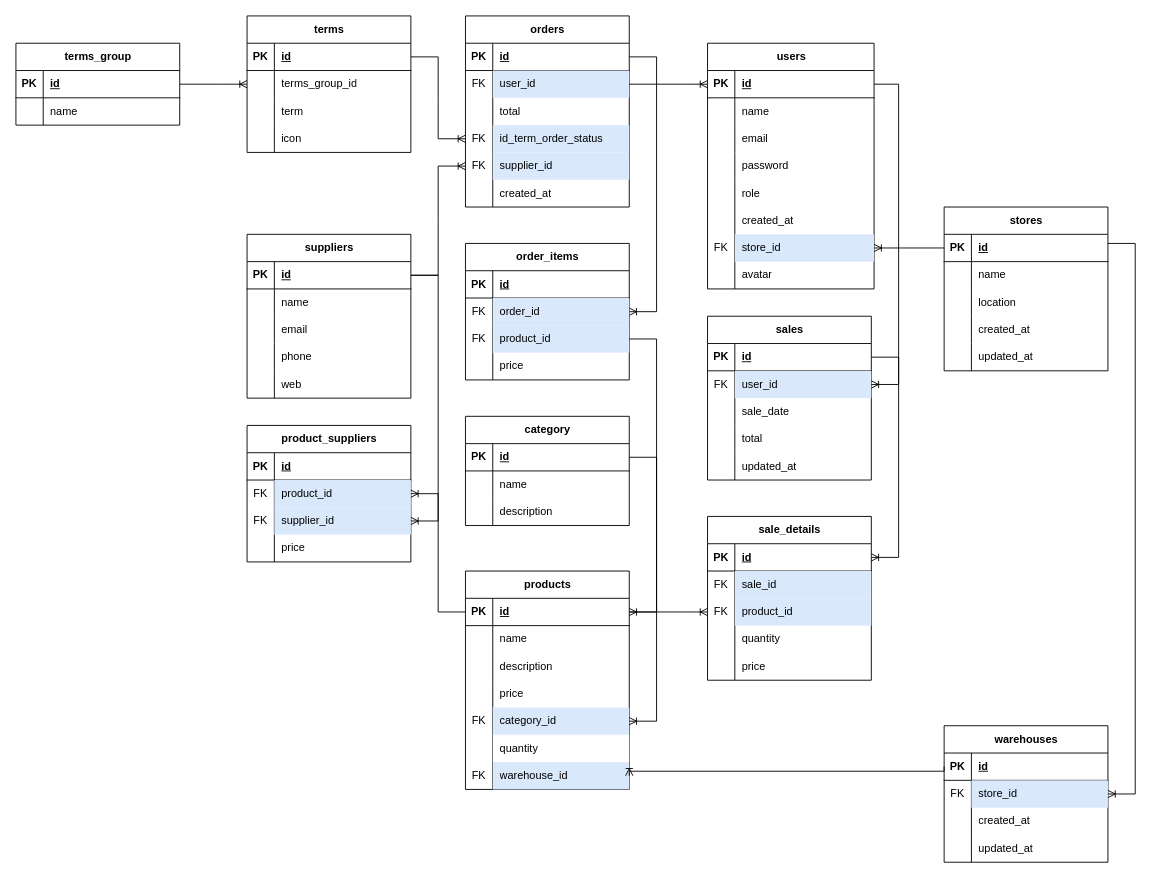
Above: Diagrama sin título.drawio in FReyesft/FTSHOP_DB (draw.io), before the change. Source tidied: cells renumbered, new cells numbered last; positions are measured from the earlier drawing's top-left corner, leaving out a move shared by most shapes. Both pictures are drawn from the tidied source at 91%, with x=0, y=0 at pixel (15, 15).
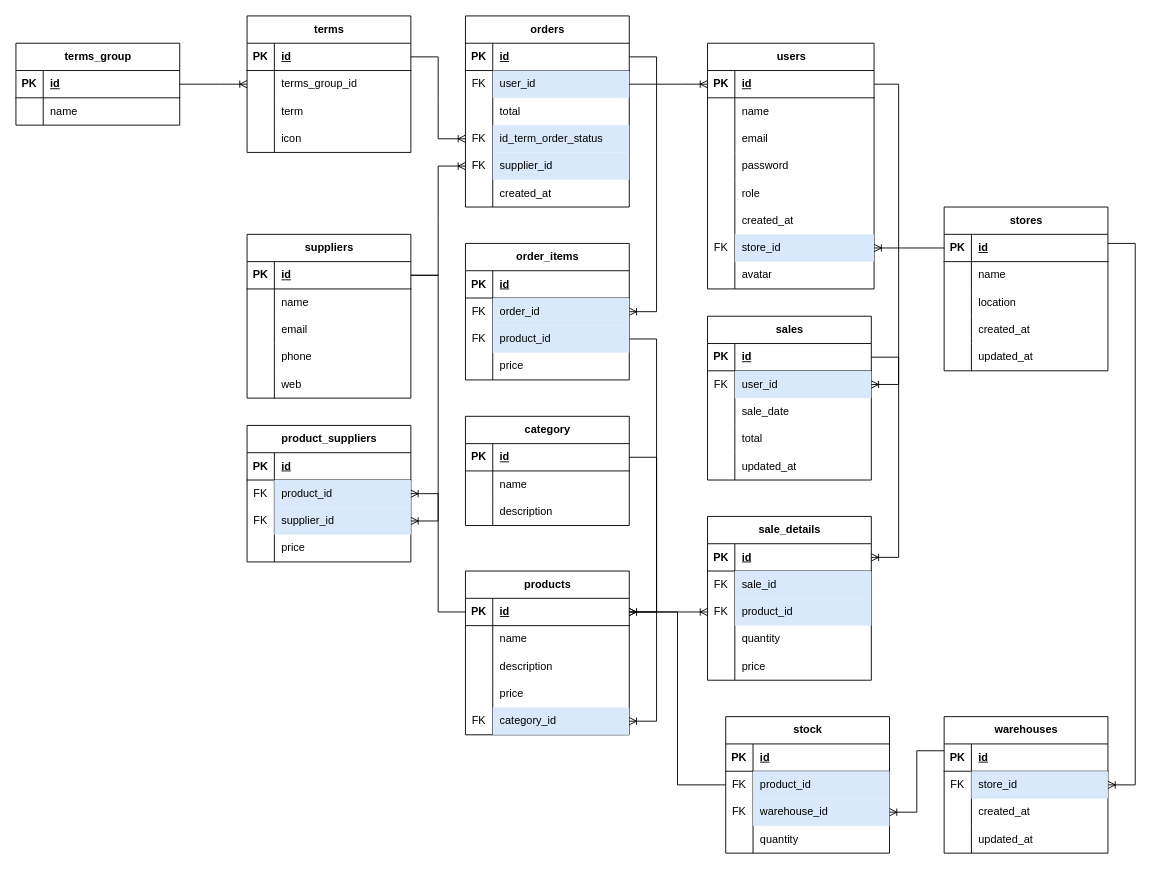
Above is the later version.

Unchanged cells that the change refers to:
```xml
<mxCell id="105" style="shape=tableRow;horizontal=0;startSize=0;swimlaneHead=0;swimlaneBody=0;fillColor=none;points=[[0,0.5],[1,0.5]];portConstraint=eastwest;top=0;left=0;right=0;bottom=1;" parent="104" vertex="1">
  <mxGeometry y="30" width="180" height="30" as="geometry" />
</mxCell>
<mxCell id="202" style="shape=tableRow;horizontal=0;startSize=0;swimlaneHead=0;swimlaneBody=0;fillColor=none;points=[[0,0.5],[1,0.5]];portConstraint=eastwest;top=0;left=0;right=0;bottom=1;" parent="201" vertex="1">
  <mxGeometry y="30" width="180" height="30" as="geometry" />
</mxCell>
```

Change to the diagram source:
```diff
@@
     <mxCell id="104" value="products" style="shape=table;startSize=30;childLayout=tableLayout;rowLines=0;fontStyle=1;align=center;html=1;" parent="1" vertex="1">
-      <mxGeometry x="494" y="610" width="180" height="240" as="geometry" />
+      <mxGeometry x="494" y="610" width="180" height="180" as="geometry" />
     </mxCell>
@@
-    <mxCell id="120" style="shape=tableRow;horizontal=0;startSize=0;swimlaneHead=0;swimlaneBody=0;fillColor=none;top=0;left=0;right=0;bottom=0;" parent="104" vertex="1">
-      <mxGeometry y="180" width="180" height="30" as="geometry" />
-    </mxCell>
-    <mxCell id="121" style="shape=partialRectangle;fillColor=none;top=0;left=0;bottom=0;right=0;overflow=hidden;whiteSpace=wrap;html=1;" parent="120" vertex="1">
-      <mxGeometry width="30" height="30" as="geometry" />
-    </mxCell>
-    <mxCell id="122" value="quantity" style="shape=partialRectangle;top=0;left=0;bottom=0;right=0;align=left;spacingLeft=6;overflow=hidden;whiteSpace=wrap;html=1;" parent="120" vertex="1">
-      <mxGeometry x="30" width="150" height="30" as="geometry" />
-    </mxCell>
-    <mxCell id="123" style="shape=tableRow;horizontal=0;startSize=0;swimlaneHead=0;swimlaneBody=0;fillColor=none;points=[[0,0.5],[1,0.5]];portConstraint=eastwest;top=0;left=0;right=0;bottom=0;" parent="104" vertex="1">
-      <mxGeometry y="210" width="180" height="30" as="geometry" />
-    </mxCell>
-    <mxCell id="124" value="FK" style="shape=partialRectangle;fillColor=none;top=0;left=0;bottom=0;right=0;overflow=hidden;whiteSpace=wrap;html=1;" parent="123" vertex="1">
-      <mxGeometry width="30" height="30" as="geometry" />
-    </mxCell>
-    <mxCell id="125" value="warehouse_id" style="shape=partialRectangle;top=0;left=0;bottom=0;right=0;align=left;spacingLeft=6;overflow=hidden;whiteSpace=wrap;html=1;fillColor=#dae8fc;strokeColor=#6c8ebf;" parent="123" vertex="1">
-      <mxGeometry x="30" width="150" height="30" as="geometry" />
-    </mxCell>
@@
     <mxCell id="201" value="warehouses" style="shape=table;startSize=30;childLayout=tableLayout;rowLines=0;fontStyle=1;align=center;html=1;" parent="1" vertex="1">
-      <mxGeometry x="1020" y="780" width="180" height="150" as="geometry" />
+      <mxGeometry x="1020" y="770" width="180" height="150" as="geometry" />
     </mxCell>
@@
-    <mxCell id="215" style="edgeStyle=elbowEdgeStyle;fontSize=12;html=1;endArrow=ERoneToMany;rounded=0;exitX=0;exitY=0.5;exitDx=0;exitDy=0;entryX=1;entryY=0.5;entryDx=0;entryDy=0;elbow=vertical;" parent="1" edge="1" source="202" target="123">
-      <mxGeometry relative="1" as="geometry">
-        <Array as="points">
-          <mxPoint x="840" y="830" />
-        </Array>
-      </mxGeometry>
+    <mxCell id="215" style="edgeStyle=elbowEdgeStyle;fontSize=12;html=1;endArrow=ERoneToMany;rounded=0;exitX=0;exitY=0.5;exitDx=0;exitDy=0;entryX=1;entryY=0.5;entryDx=0;entryDy=0;" parent="1" edge="1" source="220" target="105">
+      <mxGeometry relative="1" as="geometry" />
     </mxCell>
+    <mxCell id="216" value="stock" style="shape=table;startSize=30;childLayout=tableLayout;rowLines=0;fontStyle=1;align=center;html=1;" parent="1" vertex="1">
+      <mxGeometry x="780" y="770" width="180" height="150" as="geometry" />
+    </mxCell>
+    <mxCell id="217" style="shape=tableRow;horizontal=0;startSize=0;swimlaneHead=0;swimlaneBody=0;fillColor=none;top=0;left=0;right=0;bottom=1;" parent="216" vertex="1">
+      <mxGeometry y="30" width="180" height="30" as="geometry" />
+    </mxCell>
+    <mxCell id="218" value="PK" style="shape=partialRectangle;fillColor=none;top=0;left=0;bottom=0;right=0;fontStyle=1;overflow=hidden;whiteSpace=wrap;html=1;" parent="217" vertex="1">
+      <mxGeometry width="30" height="30" as="geometry" />
+    </mxCell>
+    <mxCell id="219" value="id" style="shape=partialRectangle;fillColor=none;top=0;left=0;bottom=0;right=0;align=left;spacingLeft=6;fontStyle=5;overflow=hidden;whiteSpace=wrap;html=1;" parent="217" vertex="1">
+      <mxGeometry x="30" width="150" height="30" as="geometry" />
+    </mxCell>
+    <mxCell id="220" style="shape=tableRow;horizontal=0;startSize=0;swimlaneHead=0;swimlaneBody=0;fillColor=none;points=[[0,0.5],[1,0.5]];portConstraint=eastwest;top=0;left=0;right=0;bottom=0;" parent="216" vertex="1">
+      <mxGeometry y="60" width="180" height="30" as="geometry" />
+    </mxCell>
+    <mxCell id="221" value="FK" style="shape=partialRectangle;fillColor=none;top=0;left=0;bottom=0;right=0;overflow=hidden;whiteSpace=wrap;html=1;" parent="220" vertex="1">
+      <mxGeometry width="30" height="30" as="geometry" />
+    </mxCell>
+    <mxCell id="222" value="product_id" style="shape=partialRectangle;fillColor=#dae8fc;top=0;left=0;bottom=0;right=0;align=left;spacingLeft=6;overflow=hidden;whiteSpace=wrap;html=1;strokeColor=#6c8ebf;" parent="220" vertex="1">
+      <mxGeometry x="30" width="150" height="30" as="geometry" />
+    </mxCell>
+    <mxCell id="223" style="shape=tableRow;horizontal=0;startSize=0;swimlaneHead=0;swimlaneBody=0;fillColor=none;points=[[0,0.5],[1,0.5]];portConstraint=eastwest;top=0;left=0;right=0;bottom=0;" parent="216" vertex="1">
+      <mxGeometry y="90" width="180" height="30" as="geometry" />
+    </mxCell>
+    <mxCell id="224" value="FK" style="shape=partialRectangle;fillColor=none;top=0;left=0;bottom=0;right=0;overflow=hidden;whiteSpace=wrap;html=1;" parent="223" vertex="1">
+      <mxGeometry width="30" height="30" as="geometry" />
+    </mxCell>
+    <mxCell id="125" value="warehouse_id" style="shape=partialRectangle;fillColor=#dae8fc;top=0;left=0;bottom=0;right=0;align=left;spacingLeft=6;overflow=hidden;whiteSpace=wrap;html=1;strokeColor=#6c8ebf;" parent="223" vertex="1">
+      <mxGeometry x="30" width="150" height="30" as="geometry" />
+    </mxCell>
+    <mxCell id="225" style="shape=tableRow;horizontal=0;startSize=0;swimlaneHead=0;swimlaneBody=0;fillColor=none;top=0;left=0;right=0;bottom=0;" parent="216" vertex="1">
+      <mxGeometry y="120" width="180" height="30" as="geometry" />
+    </mxCell>
+    <mxCell id="121" style="shape=partialRectangle;fillColor=none;top=0;left=0;bottom=0;right=0;overflow=hidden;whiteSpace=wrap;html=1;" parent="225" vertex="1">
+      <mxGeometry width="30" height="30" as="geometry" />
+    </mxCell>
+    <mxCell id="122" value="quantity" style="shape=partialRectangle;fillColor=none;top=0;left=0;bottom=0;right=0;align=left;spacingLeft=6;overflow=hidden;whiteSpace=wrap;html=1;strokeColor=#6c8ebf;" parent="225" vertex="1">
+      <mxGeometry x="30" width="150" height="30" as="geometry" />
+    </mxCell>
+    <mxCell id="226" style="edgeStyle=entityRelationEdgeStyle;fontSize=12;html=1;endArrow=ERoneToMany;rounded=0;exitX=0;exitY=0.25;exitDx=0;exitDy=0;entryX=1;entryY=0.5;entryDx=0;entryDy=0;" parent="1" edge="1" source="201" target="223">
+      <mxGeometry relative="1" as="geometry" />
+    </mxCell>
```
